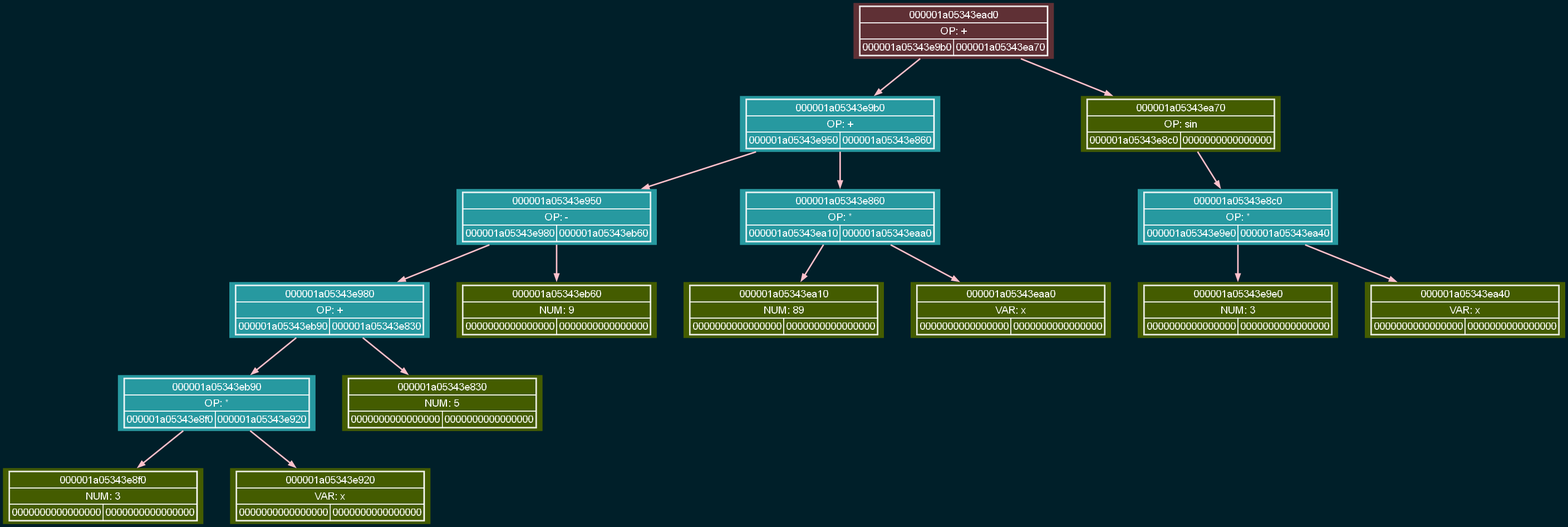
Above: original_tree.png in hoDFDDF/Dirivator (Graphviz), before the change. Its source is kept beside it as original_tree.dot.
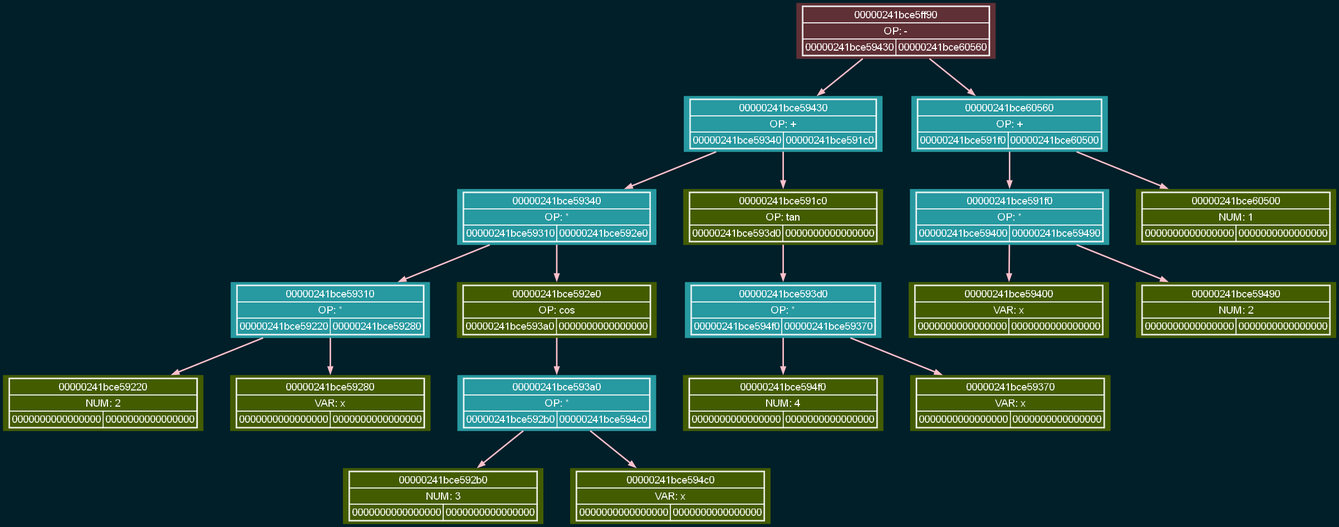
Later version of the same file.

Diff of the diagram source:
```diff
@@ -8,35 +8,41 @@
     edge [fontname="Arial"];
 
     labelloc="t";
-    node000001a05343ead0 [label=<<TABLE BORDER='1' CELLBORDER='1' CELLSPACING='0'><TR><TD COLSPAN='2'>000001a05343ead0</TD></TR><TR><TD COLSPAN='2'>OP: +</TD></TR><TR><TD>000001a05343e9b0</TD><TD>000001a05343ea70</TD></TR></TABLE>>, fillcolor="#5f3035", color="#fdfdfd", fontcolor="#fdfdfd"];
-    node000001a05343e9b0 [label=<<TABLE BORDER='1' CELLBORDER='1' CELLSPACING='0'><TR><TD COLSPAN='2'>000001a05343e9b0</TD></TR><TR><TD COLSPAN='2'>OP: +</TD></TR><TR><TD>000001a05343e950</TD><TD>000001a05343e860</TD></TR></TABLE>>, fillcolor="#2799a0", color="#fdfdfd", fontcolor="#fdfdfd"];
-    node000001a05343e950 [label=<<TABLE BORDER='1' CELLBORDER='1' CELLSPACING='0'><TR><TD COLSPAN='2'>000001a05343e950</TD></TR><TR><TD COLSPAN='2'>OP: -</TD></TR><TR><TD>000001a05343e980</TD><TD>000001a05343eb60</TD></TR></TABLE>>, fillcolor="#2799a0", color="#fdfdfd", fontcolor="#fdfdfd"];
-    node000001a05343e980 [label=<<TABLE BORDER='1' CELLBORDER='1' CELLSPACING='0'><TR><TD COLSPAN='2'>000001a05343e980</TD></TR><TR><TD COLSPAN='2'>OP: +</TD></TR><TR><TD>000001a05343eb90</TD><TD>000001a05343e830</TD></TR></TABLE>>, fillcolor="#2799a0", color="#fdfdfd", fontcolor="#fdfdfd"];
-    node000001a05343eb90 [label=<<TABLE BORDER='1' CELLBORDER='1' CELLSPACING='0'><TR><TD COLSPAN='2'>000001a05343eb90</TD></TR><TR><TD COLSPAN='2'>OP: *</TD></TR><TR><TD>000001a05343e8f0</TD><TD>000001a05343e920</TD></TR></TABLE>>, fillcolor="#2799a0", color="#fdfdfd", fontcolor="#fdfdfd"];
-    node000001a05343e8f0 [label=<<TABLE BORDER='1' CELLBORDER='1' CELLSPACING='0'><TR><TD COLSPAN='2'>000001a05343e8f0</TD></TR><TR><TD COLSPAN='2'>NUM: 3</TD></TR><TR><TD>0000000000000000</TD><TD>0000000000000000</TD></TR></TABLE>>, fillcolor="#445c00", color="#fdfdfd", fontcolor="#fdfdfd"];
-    node000001a05343e920 [label=<<TABLE BORDER='1' CELLBORDER='1' CELLSPACING='0'><TR><TD COLSPAN='2'>000001a05343e920</TD></TR><TR><TD COLSPAN='2'>VAR: x</TD></TR><TR><TD>0000000000000000</TD><TD>0000000000000000</TD></TR></TABLE>>, fillcolor="#445c00", color="#fdfdfd", fontcolor="#fdfdfd"];
-    node000001a05343e830 [label=<<TABLE BORDER='1' CELLBORDER='1' CELLSPACING='0'><TR><TD COLSPAN='2'>000001a05343e830</TD></TR><TR><TD COLSPAN='2'>NUM: 5</TD></TR><TR><TD>0000000000000000</TD><TD>0000000000000000</TD></TR></TABLE>>, fillcolor="#445c00", color="#fdfdfd", fontcolor="#fdfdfd"];
-    node000001a05343eb60 [label=<<TABLE BORDER='1' CELLBORDER='1' CELLSPACING='0'><TR><TD COLSPAN='2'>000001a05343eb60</TD></TR><TR><TD COLSPAN='2'>NUM: 9</TD></TR><TR><TD>0000000000000000</TD><TD>0000000000000000</TD></TR></TABLE>>, fillcolor="#445c00", color="#fdfdfd", fontcolor="#fdfdfd"];
-    node000001a05343e860 [label=<<TABLE BORDER='1' CELLBORDER='1' CELLSPACING='0'><TR><TD COLSPAN='2'>000001a05343e860</TD></TR><TR><TD COLSPAN='2'>OP: *</TD></TR><TR><TD>000001a05343ea10</TD><TD>000001a05343eaa0</TD></TR></TABLE>>, fillcolor="#2799a0", color="#fdfdfd", fontcolor="#fdfdfd"];
-    node000001a05343ea10 [label=<<TABLE BORDER='1' CELLBORDER='1' CELLSPACING='0'><TR><TD COLSPAN='2'>000001a05343ea10</TD></TR><TR><TD COLSPAN='2'>NUM: 89</TD></TR><TR><TD>0000000000000000</TD><TD>0000000000000000</TD></TR></TABLE>>, fillcolor="#445c00", color="#fdfdfd", fontcolor="#fdfdfd"];
-    node000001a05343eaa0 [label=<<TABLE BORDER='1' CELLBORDER='1' CELLSPACING='0'><TR><TD COLSPAN='2'>000001a05343eaa0</TD></TR><TR><TD COLSPAN='2'>VAR: x</TD></TR><TR><TD>0000000000000000</TD><TD>0000000000000000</TD></TR></TABLE>>, fillcolor="#445c00", color="#fdfdfd", fontcolor="#fdfdfd"];
-    node000001a05343ea70 [label=<<TABLE BORDER='1' CELLBORDER='1' CELLSPACING='0'><TR><TD COLSPAN='2'>000001a05343ea70</TD></TR><TR><TD COLSPAN='2'>OP: sin</TD></TR><TR><TD>000001a05343e8c0</TD><TD>0000000000000000</TD></TR></TABLE>>, fillcolor="#445c00", color="#fdfdfd", fontcolor="#fdfdfd"];
-    node000001a05343e8c0 [label=<<TABLE BORDER='1' CELLBORDER='1' CELLSPACING='0'><TR><TD COLSPAN='2'>000001a05343e8c0</TD></TR><TR><TD COLSPAN='2'>OP: *</TD></TR><TR><TD>000001a05343e9e0</TD><TD>000001a05343ea40</TD></TR></TABLE>>, fillcolor="#2799a0", color="#fdfdfd", fontcolor="#fdfdfd"];
-    node000001a05343e9e0 [label=<<TABLE BORDER='1' CELLBORDER='1' CELLSPACING='0'><TR><TD COLSPAN='2'>000001a05343e9e0</TD></TR><TR><TD COLSPAN='2'>NUM: 3</TD></TR><TR><TD>0000000000000000</TD><TD>0000000000000000</TD></TR></TABLE>>, fillcolor="#445c00", color="#fdfdfd", fontcolor="#fdfdfd"];
-    node000001a05343ea40 [label=<<TABLE BORDER='1' CELLBORDER='1' CELLSPACING='0'><TR><TD COLSPAN='2'>000001a05343ea40</TD></TR><TR><TD COLSPAN='2'>VAR: x</TD></TR><TR><TD>0000000000000000</TD><TD>0000000000000000</TD></TR></TABLE>>, fillcolor="#445c00", color="#fdfdfd", fontcolor="#fdfdfd"];
-    node000001a05343ead0 -> node000001a05343e9b0 [color="pink", penwidth=2, fontcolor="pink", fontsize=12, arrowsize=0.8];
-    node000001a05343ead0 -> node000001a05343ea70 [color="pink", penwidth=2, fontcolor="pink", fontsize=12, arrowsize=0.8];
-    node000001a05343e9b0 -> node000001a05343e950 [color="pink", penwidth=2, fontcolor="pink", fontsize=12, arrowsize=0.8];
-    node000001a05343e9b0 -> node000001a05343e860 [color="pink", penwidth=2, fontcolor="pink", fontsize=12, arrowsize=0.8];
-    node000001a05343e950 -> node000001a05343e980 [color="pink", penwidth=2, fontcolor="pink", fontsize=12, arrowsize=0.8];
-    node000001a05343e950 -> node000001a05343eb60 [color="pink", penwidth=2, fontcolor="pink", fontsize=12, arrowsize=0.8];
-    node000001a05343e980 -> node000001a05343eb90 [color="pink", penwidth=2, fontcolor="pink", fontsize=12, arrowsize=0.8];
-    node000001a05343e980 -> node000001a05343e830 [color="pink", penwidth=2, fontcolor="pink", fontsize=12, arrowsize=0.8];
-    node000001a05343eb90 -> node000001a05343e8f0 [color="pink", penwidth=2, fontcolor="pink", fontsize=12, arrowsize=0.8];
-    node000001a05343eb90 -> node000001a05343e920 [color="pink", penwidth=2, fontcolor="pink", fontsize=12, arrowsize=0.8];
-    node000001a05343e860 -> node000001a05343ea10 [color="pink", penwidth=2, fontcolor="pink", fontsize=12, arrowsize=0.8];
-    node000001a05343e860 -> node000001a05343eaa0 [color="pink", penwidth=2, fontcolor="pink", fontsize=12, arrowsize=0.8];
-    node000001a05343ea70 -> node000001a05343e8c0 [color="pink", penwidth=2, fontcolor="pink", fontsize=12, arrowsize=0.8];
-    node000001a05343e8c0 -> node000001a05343e9e0 [color="pink", penwidth=2, fontcolor="pink", fontsize=12, arrowsize=0.8];
-    node000001a05343e8c0 -> node000001a05343ea40 [color="pink", penwidth=2, fontcolor="pink", fontsize=12, arrowsize=0.8];
+    node00000241bce5ff90 [label=<<TABLE BORDER='1' CELLBORDER='1' CELLSPACING='0'><TR><TD COLSPAN='2'>00000241bce5ff90</TD></TR><TR><TD COLSPAN='2'>OP: -</TD></TR><TR><TD>00000241bce59430</TD><TD>00000241bce60560</TD></TR></TABLE>>, fillcolor="#5f3035", color="#fdfdfd", fontcolor="#fdfdfd"];
+    node00000241bce59430 [label=<<TABLE BORDER='1' CELLBORDER='1' CELLSPACING='0'><TR><TD COLSPAN='2'>00000241bce59430</TD></TR><TR><TD COLSPAN='2'>OP: +</TD></TR><TR><TD>00000241bce59340</TD><TD>00000241bce591c0</TD></TR></TABLE>>, fillcolor="#2799a0", color="#fdfdfd", fontcolor="#fdfdfd"];
+    node00000241bce59340 [label=<<TABLE BORDER='1' CELLBORDER='1' CELLSPACING='0'><TR><TD COLSPAN='2'>00000241bce59340</TD></TR><TR><TD COLSPAN='2'>OP: *</TD></TR><TR><TD>00000241bce59310</TD><TD>00000241bce592e0</TD></TR></TABLE>>, fillcolor="#2799a0", color="#fdfdfd", fontcolor="#fdfdfd"];
+    node00000241bce59310 [label=<<TABLE BORDER='1' CELLBORDER='1' CELLSPACING='0'><TR><TD COLSPAN='2'>00000241bce59310</TD></TR><TR><TD COLSPAN='2'>OP: *</TD></TR><TR><TD>00000241bce59220</TD><TD>00000241bce59280</TD></TR></TABLE>>, fillcolor="#2799a0", color="#fdfdfd", fontcolor="#fdfdfd"];
+    node00000241bce59220 [label=<<TABLE BORDER='1' CELLBORDER='1' CELLSPACING='0'><TR><TD COLSPAN='2'>00000241bce59220</TD></TR><TR><TD COLSPAN='2'>NUM: 2</TD></TR><TR><TD>0000000000000000</TD><TD>0000000000000000</TD></TR></TABLE>>, fillcolor="#445c00", color="#fdfdfd", fontcolor="#fdfdfd"];
+    node00000241bce59280 [label=<<TABLE BORDER='1' CELLBORDER='1' CELLSPACING='0'><TR><TD COLSPAN='2'>00000241bce59280</TD></TR><TR><TD COLSPAN='2'>VAR: x</TD></TR><TR><TD>0000000000000000</TD><TD>0000000000000000</TD></TR></TABLE>>, fillcolor="#445c00", color="#fdfdfd", fontcolor="#fdfdfd"];
+    node00000241bce592e0 [label=<<TABLE BORDER='1' CELLBORDER='1' CELLSPACING='0'><TR><TD COLSPAN='2'>00000241bce592e0</TD></TR><TR><TD COLSPAN='2'>OP: cos</TD></TR><TR><TD>00000241bce593a0</TD><TD>0000000000000000</TD></TR></TABLE>>, fillcolor="#445c00", color="#fdfdfd", fontcolor="#fdfdfd"];
+    node00000241bce593a0 [label=<<TABLE BORDER='1' CELLBORDER='1' CELLSPACING='0'><TR><TD COLSPAN='2'>00000241bce593a0</TD></TR><TR><TD COLSPAN='2'>OP: *</TD></TR><TR><TD>00000241bce592b0</TD><TD>00000241bce594c0</TD></TR></TABLE>>, fillcolor="#2799a0", color="#fdfdfd", fontcolor="#fdfdfd"];
+    node00000241bce592b0 [label=<<TABLE BORDER='1' CELLBORDER='1' CELLSPACING='0'><TR><TD COLSPAN='2'>00000241bce592b0</TD></TR><TR><TD COLSPAN='2'>NUM: 3</TD></TR><TR><TD>0000000000000000</TD><TD>0000000000000000</TD></TR></TABLE>>, fillcolor="#445c00", color="#fdfdfd", fontcolor="#fdfdfd"];
+    node00000241bce594c0 [label=<<TABLE BORDER='1' CELLBORDER='1' CELLSPACING='0'><TR><TD COLSPAN='2'>00000241bce594c0</TD></TR><TR><TD COLSPAN='2'>VAR: x</TD></TR><TR><TD>0000000000000000</TD><TD>0000000000000000</TD></TR></TABLE>>, fillcolor="#445c00", color="#fdfdfd", fontcolor="#fdfdfd"];
+    node00000241bce591c0 [label=<<TABLE BORDER='1' CELLBORDER='1' CELLSPACING='0'><TR><TD COLSPAN='2'>00000241bce591c0</TD></TR><TR><TD COLSPAN='2'>OP: tan</TD></TR><TR><TD>00000241bce593d0</TD><TD>0000000000000000</TD></TR></TABLE>>, fillcolor="#445c00", color="#fdfdfd", fontcolor="#fdfdfd"];
+    node00000241bce593d0 [label=<<TABLE BORDER='1' CELLBORDER='1' CELLSPACING='0'><TR><TD COLSPAN='2'>00000241bce593d0</TD></TR><TR><TD COLSPAN='2'>OP: *</TD></TR><TR><TD>00000241bce594f0</TD><TD>00000241bce59370</TD></TR></TABLE>>, fillcolor="#2799a0", color="#fdfdfd", fontcolor="#fdfdfd"];
+    node00000241bce594f0 [label=<<TABLE BORDER='1' CELLBORDER='1' CELLSPACING='0'><TR><TD COLSPAN='2'>00000241bce594f0</TD></TR><TR><TD COLSPAN='2'>NUM: 4</TD></TR><TR><TD>0000000000000000</TD><TD>0000000000000000</TD></TR></TABLE>>, fillcolor="#445c00", color="#fdfdfd", fontcolor="#fdfdfd"];
+    node00000241bce59370 [label=<<TABLE BORDER='1' CELLBORDER='1' CELLSPACING='0'><TR><TD COLSPAN='2'>00000241bce59370</TD></TR><TR><TD COLSPAN='2'>VAR: x</TD></TR><TR><TD>0000000000000000</TD><TD>0000000000000000</TD></TR></TABLE>>, fillcolor="#445c00", color="#fdfdfd", fontcolor="#fdfdfd"];
+    node00000241bce60560 [label=<<TABLE BORDER='1' CELLBORDER='1' CELLSPACING='0'><TR><TD COLSPAN='2'>00000241bce60560</TD></TR><TR><TD COLSPAN='2'>OP: +</TD></TR><TR><TD>00000241bce591f0</TD><TD>00000241bce60500</TD></TR></TABLE>>, fillcolor="#2799a0", color="#fdfdfd", fontcolor="#fdfdfd"];
+    node00000241bce591f0 [label=<<TABLE BORDER='1' CELLBORDER='1' CELLSPACING='0'><TR><TD COLSPAN='2'>00000241bce591f0</TD></TR><TR><TD COLSPAN='2'>OP: *</TD></TR><TR><TD>00000241bce59400</TD><TD>00000241bce59490</TD></TR></TABLE>>, fillcolor="#2799a0", color="#fdfdfd", fontcolor="#fdfdfd"];
+    node00000241bce59400 [label=<<TABLE BORDER='1' CELLBORDER='1' CELLSPACING='0'><TR><TD COLSPAN='2'>00000241bce59400</TD></TR><TR><TD COLSPAN='2'>VAR: x</TD></TR><TR><TD>0000000000000000</TD><TD>0000000000000000</TD></TR></TABLE>>, fillcolor="#445c00", color="#fdfdfd", fontcolor="#fdfdfd"];
+    node00000241bce59490 [label=<<TABLE BORDER='1' CELLBORDER='1' CELLSPACING='0'><TR><TD COLSPAN='2'>00000241bce59490</TD></TR><TR><TD COLSPAN='2'>NUM: 2</TD></TR><TR><TD>0000000000000000</TD><TD>0000000000000000</TD></TR></TABLE>>, fillcolor="#445c00", color="#fdfdfd", fontcolor="#fdfdfd"];
+    node00000241bce60500 [label=<<TABLE BORDER='1' CELLBORDER='1' CELLSPACING='0'><TR><TD COLSPAN='2'>00000241bce60500</TD></TR><TR><TD COLSPAN='2'>NUM: 1</TD></TR><TR><TD>0000000000000000</TD><TD>0000000000000000</TD></TR></TABLE>>, fillcolor="#445c00", color="#fdfdfd", fontcolor="#fdfdfd"];
+    node00000241bce5ff90 -> node00000241bce59430 [color="pink", penwidth=2, fontcolor="pink", fontsize=12, arrowsize=0.8];
+    node00000241bce5ff90 -> node00000241bce60560 [color="pink", penwidth=2, fontcolor="pink", fontsize=12, arrowsize=0.8];
+    node00000241bce59430 -> node00000241bce59340 [color="pink", penwidth=2, fontcolor="pink", fontsize=12, arrowsize=0.8];
+    node00000241bce59430 -> node00000241bce591c0 [color="pink", penwidth=2, fontcolor="pink", fontsize=12, arrowsize=0.8];
+    node00000241bce59340 -> node00000241bce59310 [color="pink", penwidth=2, fontcolor="pink", fontsize=12, arrowsize=0.8];
+    node00000241bce59340 -> node00000241bce592e0 [color="pink", penwidth=2, fontcolor="pink", fontsize=12, arrowsize=0.8];
+    node00000241bce59310 -> node00000241bce59220 [color="pink", penwidth=2, fontcolor="pink", fontsize=12, arrowsize=0.8];
+    node00000241bce59310 -> node00000241bce59280 [color="pink", penwidth=2, fontcolor="pink", fontsize=12, arrowsize=0.8];
+    node00000241bce592e0 -> node00000241bce593a0 [color="pink", penwidth=2, fontcolor="pink", fontsize=12, arrowsize=0.8];
+    node00000241bce593a0 -> node00000241bce592b0 [color="pink", penwidth=2, fontcolor="pink", fontsize=12, arrowsize=0.8];
+    node00000241bce593a0 -> node00000241bce594c0 [color="pink", penwidth=2, fontcolor="pink", fontsize=12, arrowsize=0.8];
+    node00000241bce591c0 -> node00000241bce593d0 [color="pink", penwidth=2, fontcolor="pink", fontsize=12, arrowsize=0.8];
+    node00000241bce593d0 -> node00000241bce594f0 [color="pink", penwidth=2, fontcolor="pink", fontsize=12, arrowsize=0.8];
+    node00000241bce593d0 -> node00000241bce59370 [color="pink", penwidth=2, fontcolor="pink", fontsize=12, arrowsize=0.8];
+    node00000241bce60560 -> node00000241bce591f0 [color="pink", penwidth=2, fontcolor="pink", fontsize=12, arrowsize=0.8];
+    node00000241bce60560 -> node00000241bce60500 [color="pink", penwidth=2, fontcolor="pink", fontsize=12, arrowsize=0.8];
+    node00000241bce591f0 -> node00000241bce59400 [color="pink", penwidth=2, fontcolor="pink", fontsize=12, arrowsize=0.8];
+    node00000241bce591f0 -> node00000241bce59490 [color="pink", penwidth=2, fontcolor="pink", fontsize=12, arrowsize=0.8];
 }
```
